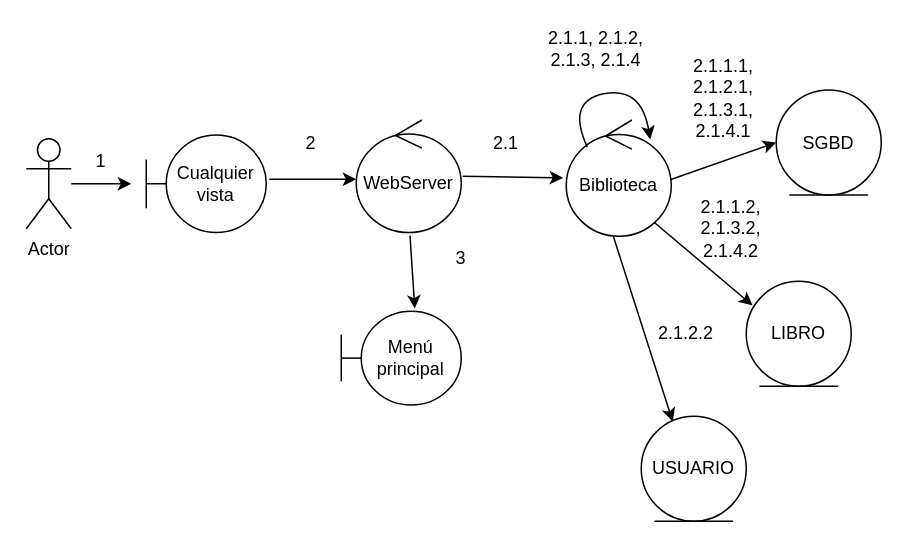
Adrimr7/ADSI23_biblioteca_e3scape keeps this draw.io diagram as page "Copia de Página-1" (2 of 2) of diagComunicacion/recomendaciones/entrega3.drawio. Above is the earlier version. Source tidied: cells renumbered, new cells numbered last; positions are measured from the earlier drawing's top-left corner, leaving out a move shared by most shapes. Both pictures are drawn from the tidied source at 150%, with x=0, y=0 at pixel (26, 26).
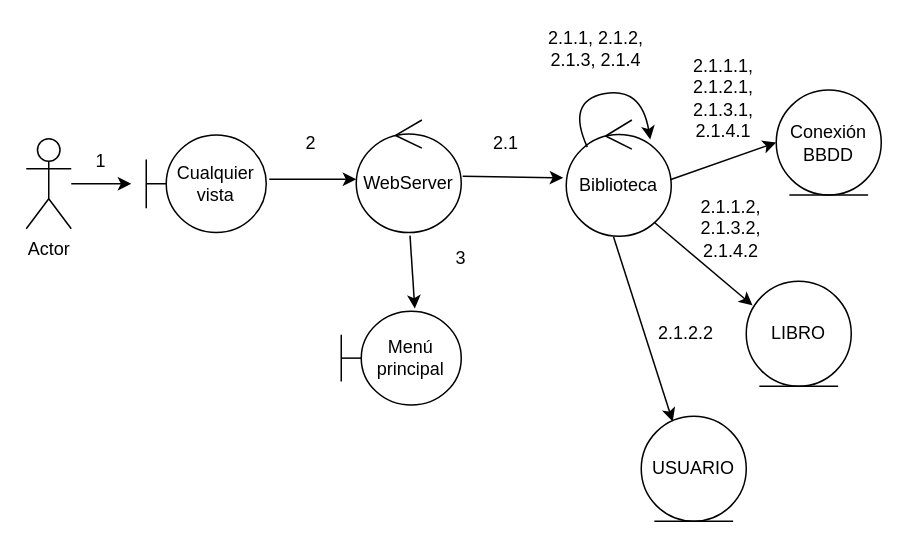
The same page after the edit.

Change to the diagram source:
```diff
@@
-    <mxCell id="4" value="SGBD" style="ellipse;shape=umlEntity;whiteSpace=wrap;html=1;" parent="1" vertex="1">
+    <mxCell id="4" value="Conexión BBDD" style="ellipse;shape=umlEntity;whiteSpace=wrap;html=1;" parent="1" vertex="1">
       <mxGeometry x="500" y="42.5" width="70" height="70" as="geometry" />
     </mxCell>
```
